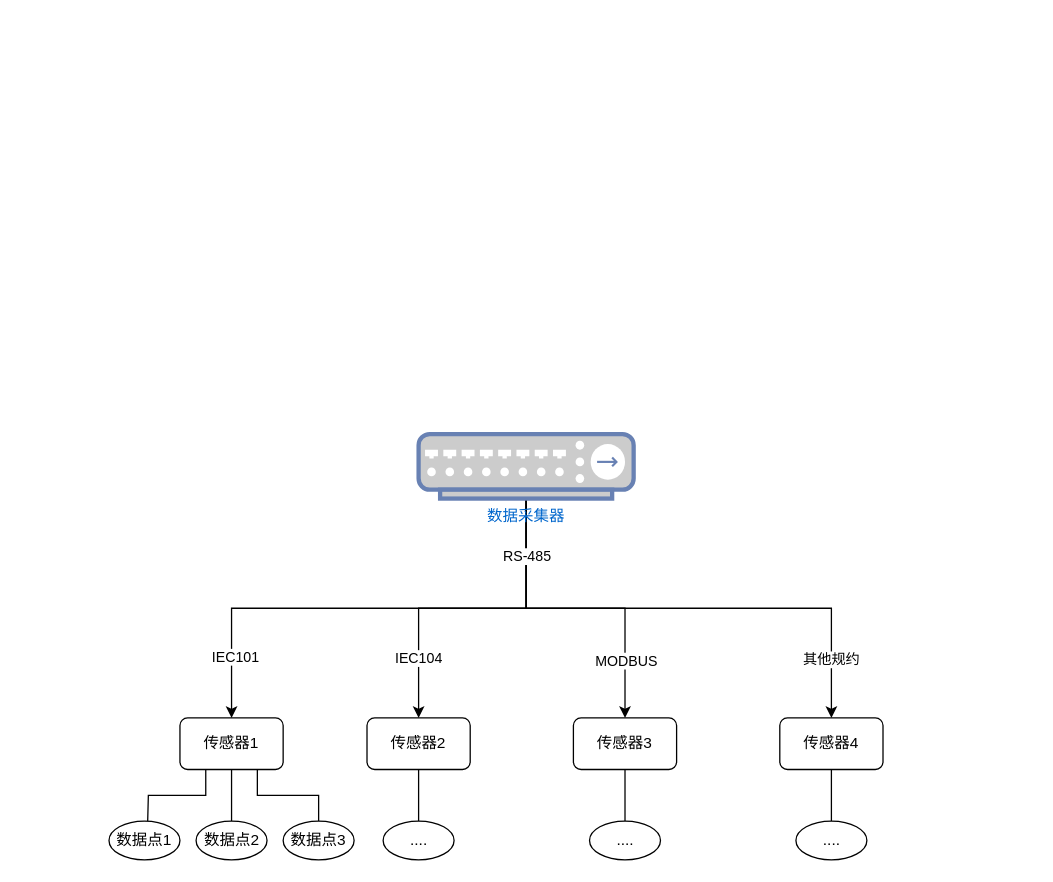
Before: 上海金桥项目数据采集和平台通讯图.drawio in wangyufei0807/draw, a draw.io diagram. Source tidied: cells renumbered, new cells numbered last; positions are measured from the earlier drawing's top-left corner, leaving out a move shared by most shapes. Both pictures are drawn from the tidied source at 129%, with x=0, y=0 at pixel (108, 433).
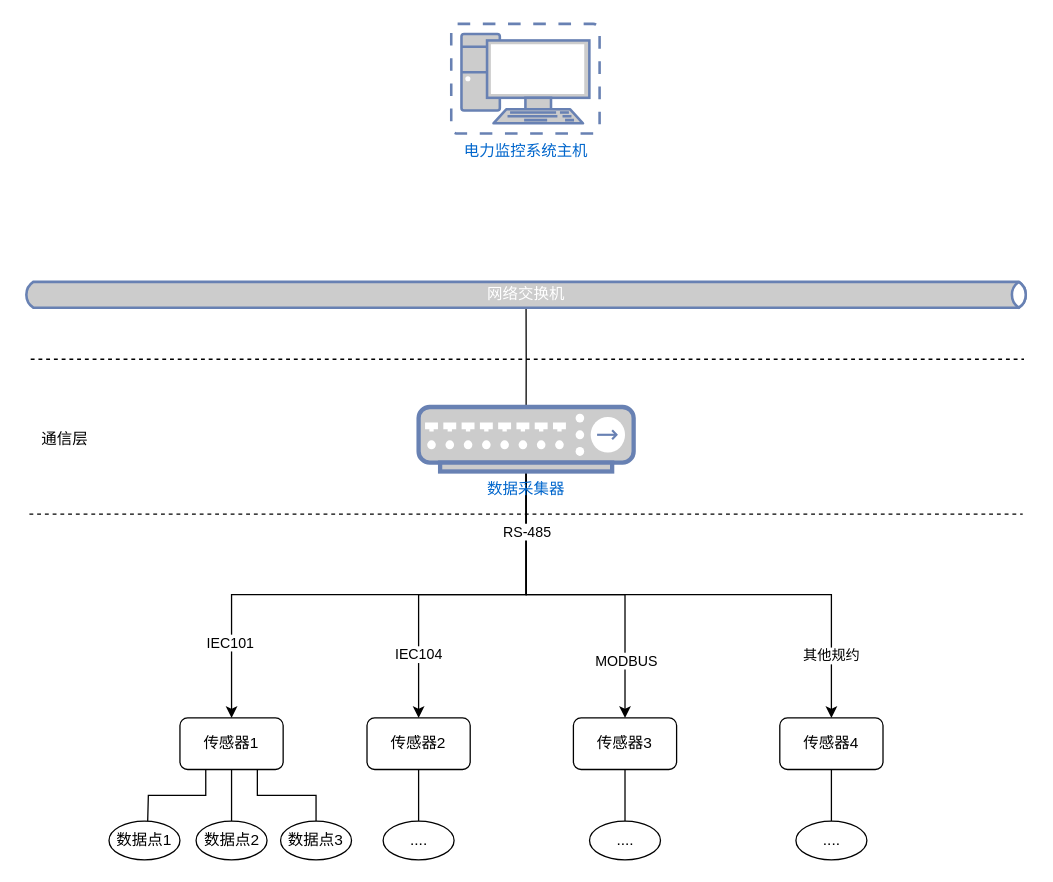
Above is the later version.

Commit message (it also covers changes not shown here):
更新上海金桥项目数据采集和平台通讯图.drawio

Change to the diagram source:
```diff
@@
+    <mxCell id="28" style="edgeStyle=orthogonalEdgeStyle;rounded=0;jettySize=auto;html=1;exitX=0.5;exitY=0;exitDx=0;exitDy=0;exitPerimeter=0;endArrow=none;endFill=0;" parent="1" edge="1" source="10" target="29">
+      <mxGeometry relative="1" as="geometry" />
+    </mxCell>
     <mxCell id="10" value="数据采集器" style="fontColor=#0066CC;verticalAlign=top;verticalLabelPosition=bottom;labelPosition=center;align=center;html=1;outlineConnect=0;fillColor=#CCCCCC;strokeColor=#6881B3;gradientColor=none;gradientDirection=north;strokeWidth=2;shape=mxgraph.networks.hub;" parent="1" vertex="1">
-      <mxGeometry x="240" width="166.7" height="50" as="geometry" />
+      <mxGeometry x="240" y="-21" width="166.7" height="50" as="geometry" />
     </mxCell>
@@
     <mxCell id="24" value="数据点3" style="ellipse;whiteSpace=wrap;html=1;" parent="1" vertex="1">
-      <mxGeometry x="135" y="300" width="55" height="30" as="geometry" />
+      <mxGeometry x="133" y="300" width="55" height="30" as="geometry" />
     </mxCell>
@@
+    <mxCell id="29" value="网络交换机" style="html=1;outlineConnect=0;fillColor=#CCCCCC;strokeColor=#6881B3;gradientColor=none;gradientDirection=north;strokeWidth=2;shape=mxgraph.networks.bus;gradientColor=none;gradientDirection=north;fontColor=#ffffff;perimeter=backbonePerimeter;backboneSize=20;" parent="1" vertex="1">
+      <mxGeometry x="-66.7" y="-118" width="780" height="20" as="geometry" />
+    </mxCell>
+    <mxCell id="30" value="电力监控系统主机" style="fontColor=#0066CC;verticalAlign=top;verticalLabelPosition=bottom;labelPosition=center;align=center;html=1;fillColor=#CCCCCC;strokeColor=#6881B3;gradientColor=none;gradientDirection=north;strokeWidth=2;shape=mxgraph.networks.virtual_pc;" parent="1" vertex="1">
+      <mxGeometry x="265.3" y="-318" width="115" height="85" as="geometry" />
+    </mxCell>
+    <mxCell id="31" style="endArrow=none;dashed=1;html=1;" parent="1" edge="1">
+      <mxGeometry relative="1" as="geometry">
+        <mxPoint x="-60.7" y="-58" as="sourcePoint" />
+        <mxPoint x="709.3" y="-58" as="targetPoint" />
+      </mxGeometry>
+    </mxCell>
+    <mxCell id="32" style="endArrow=none;dashed=1;html=1;" parent="1" edge="1">
+      <mxGeometry relative="1" as="geometry">
+        <mxPoint x="-61.7" y="62" as="sourcePoint" />
+        <mxPoint x="708.3" y="62" as="targetPoint" />
+      </mxGeometry>
+    </mxCell>
+    <mxCell id="33" value="通信层" style="text;html=1;strokeColor=none;fillColor=none;align=center;verticalAlign=middle;whiteSpace=wrap;rounded=0;" parent="1" vertex="1">
+      <mxGeometry x="-66.7" y="-6" width="66" height="20" as="geometry" />
+    </mxCell>
```
